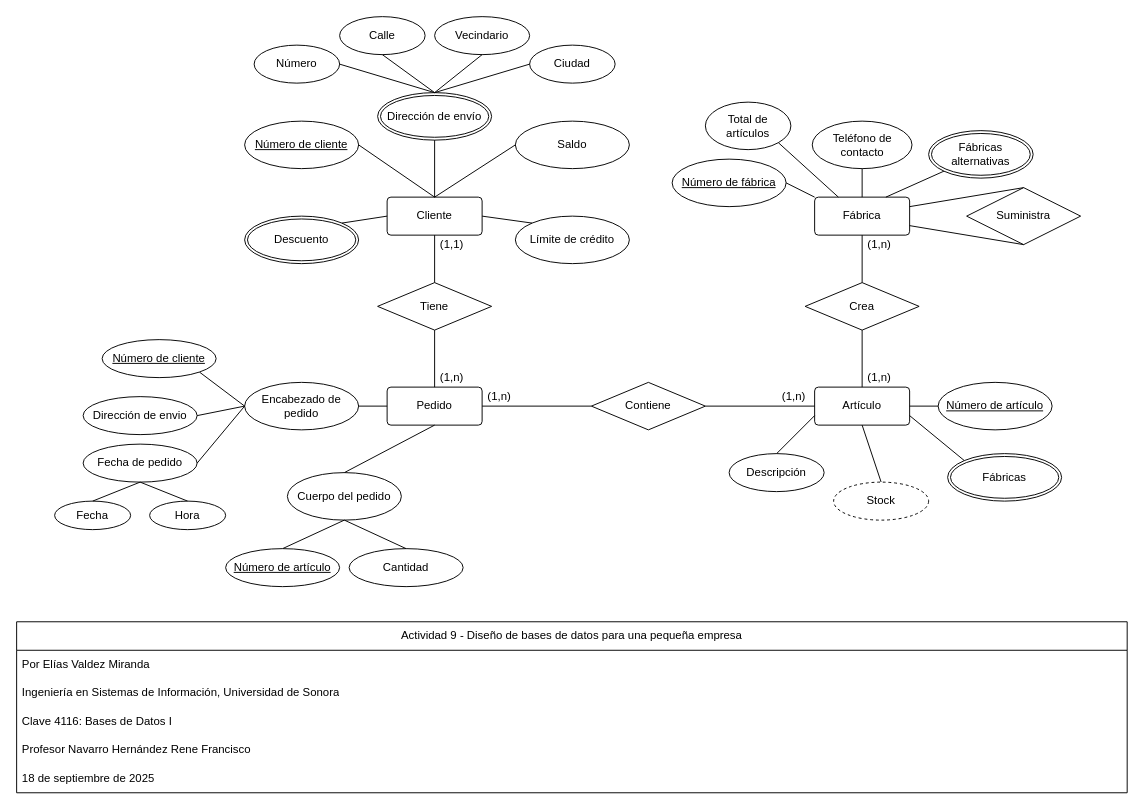
The draw.io diagram 09.- Diseño de bases de datos para una pequeña empresa/09.- Diseño de bases de datos para una pequeña empresa.drawio in EliasValdezMiranda/Bases_de_Datos_I_Elias_Valdez_Miranda, before the edit. Source tidied: cells renumbered, new cells numbered last; positions are measured from the earlier drawing's top-left corner, leaving out a move shared by most shapes. Both pictures are drawn from the tidied source at 95%, with x=0, y=0 at pixel (16, 16).
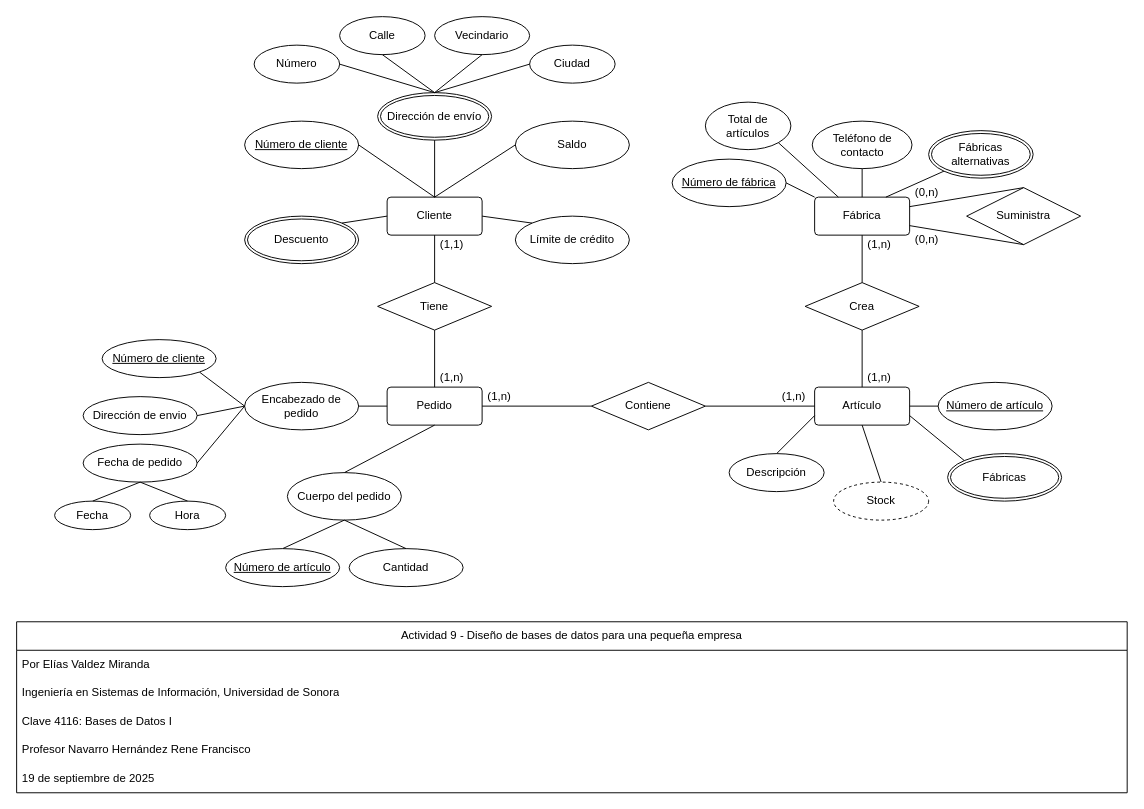
The same page after the edit.

Commit message (it also covers changes not shown here):
Corrección a la cardinalidad de la relación fábrica-fábrica

Unchanged cells that the change refers to:
```xml
<mxCell id="2" value="Actividad 9 - Diseño de bases de datos para una pequeña empresa" style="swimlane;fontStyle=0;horizontal=1;startSize=30;whiteSpace=wrap;html=1;" parent="1" vertex="1">
  <mxGeometry y="637" width="1169" height="180" as="geometry" />
</mxCell>
```

Diff of the diagram source:
```diff
@@
-    <mxCell id="7" value="18 de septiembre de 2025" style="text;strokeColor=none;fillColor=none;align=left;verticalAlign=middle;spacingLeft=4;spacingRight=4;overflow=hidden;whiteSpace=wrap;html=1;" parent="2" vertex="1">
+    <mxCell id="7" value="19 de septiembre de 2025" style="text;strokeColor=none;fillColor=none;align=left;verticalAlign=middle;spacingLeft=4;spacingRight=4;overflow=hidden;whiteSpace=wrap;html=1;" parent="2" vertex="1">
       <mxGeometry y="150" width="1169" height="30" as="geometry" />
     </mxCell>
@@
+    <mxCell id="82" value="(0,n)" style="text;strokeColor=none;fillColor=none;align=left;verticalAlign=middle;spacingLeft=4;spacingRight=4;overflow=hidden;whiteSpace=wrap;html=1;" parent="1" vertex="1">
+      <mxGeometry x="940" y="225" width="40" height="20" as="geometry" />
+    </mxCell>
+    <mxCell id="83" value="(0,n)" style="text;strokeColor=none;fillColor=none;align=left;verticalAlign=middle;spacingLeft=4;spacingRight=4;overflow=hidden;whiteSpace=wrap;html=1;" parent="1" vertex="1">
+      <mxGeometry x="940" y="175" width="40" height="20" as="geometry" />
+    </mxCell>
```
